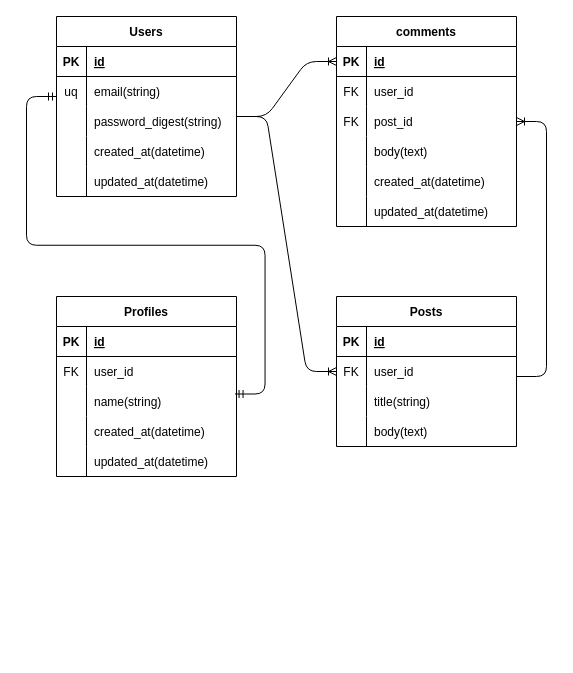
Before: programming/プロジェクト/MID _TERM＿EXAMINATION＿RAILS/ER図/er.dio in tolbou/TechTrek, a draw.io diagram. Source tidied: cells renumbered, new cells numbered last; positions are measured from the earlier drawing's top-left corner, leaving out a move shared by most shapes. Both pictures are drawn from the tidied source at 100%, with x=0, y=0 at pixel (56, 16).
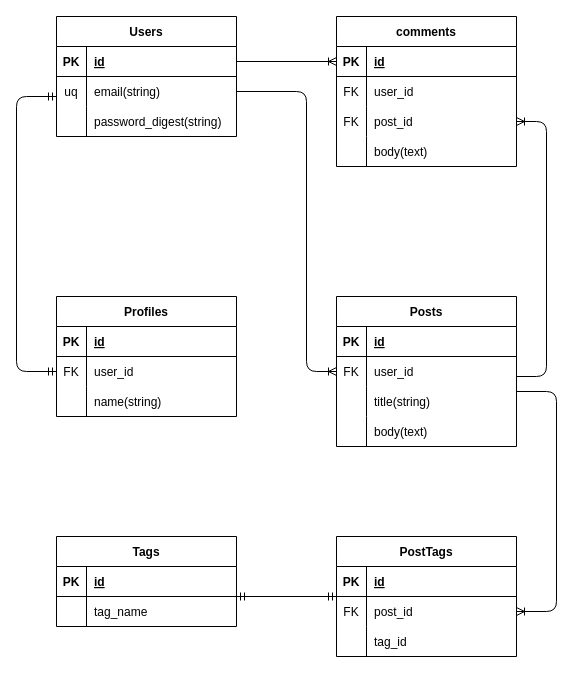
Above is the later version.

Commit message:
ADD:タグ関連ER図追加

Unchanged cells that the change refers to:
```xml
<mxCell id="3" style="shape=tableRow;horizontal=0;startSize=0;swimlaneHead=0;swimlaneBody=0;fillColor=none;points=[[0,0.5],[1,0.5]];portConstraint=eastwest;top=0;left=0;right=0;bottom=1;" parent="2" vertex="1">
  <mxGeometry y="30" width="180" height="30" as="geometry" />
</mxCell>
<mxCell id="6" style="shape=tableRow;horizontal=0;startSize=0;swimlaneHead=0;swimlaneBody=0;fillColor=none;points=[[0,0.5],[1,0.5]];portConstraint=eastwest;top=0;left=0;right=0;bottom=0;" parent="2" vertex="1">
  <mxGeometry y="60" width="180" height="30" as="geometry" />
</mxCell>
<mxCell id="19" style="shape=tableRow;horizontal=0;startSize=0;swimlaneHead=0;swimlaneBody=0;fillColor=none;points=[[0,0.5],[1,0.5]];portConstraint=eastwest;top=0;left=0;right=0;bottom=1;" parent="18" vertex="1">
  <mxGeometry y="30" width="180" height="30" as="geometry" />
</mxCell>
<mxCell id="41" style="shape=tableRow;horizontal=0;startSize=0;swimlaneHead=0;swimlaneBody=0;fillColor=none;points=[[0,0.5],[1,0.5]];portConstraint=eastwest;top=0;left=0;right=0;bottom=0;" parent="37" vertex="1">
  <mxGeometry y="60" width="180" height="30" as="geometry" />
</mxCell>
<mxCell id="44" style="shape=tableRow;horizontal=0;startSize=0;swimlaneHead=0;swimlaneBody=0;fillColor=none;points=[[0,0.5],[1,0.5]];portConstraint=eastwest;top=0;left=0;right=0;bottom=0;" parent="37" vertex="1">
  <mxGeometry y="90" width="180" height="30" as="geometry" />
</mxCell>
<mxCell id="57" style="shape=tableRow;horizontal=0;startSize=0;swimlaneHead=0;swimlaneBody=0;fillColor=none;points=[[0,0.5],[1,0.5]];portConstraint=eastwest;top=0;left=0;right=0;bottom=0;" parent="53" vertex="1">
  <mxGeometry y="60" width="180" height="30" as="geometry" />
</mxCell>
```

The edit, as a diff of the source:
```diff
@@
     <mxCell id="2" value="Users" style="shape=table;startSize=30;childLayout=tableLayout;rowLines=0;fontStyle=1;align=center;" parent="1" vertex="1">
-      <mxGeometry width="180" height="180" as="geometry" />
+      <mxGeometry width="180" height="120" as="geometry" />
     </mxCell>
@@
-    <mxCell id="12" style="shape=tableRow;horizontal=0;startSize=0;swimlaneHead=0;swimlaneBody=0;fillColor=none;top=0;left=0;right=0;bottom=0;" parent="2" vertex="1">
-      <mxGeometry y="120" width="180" height="30" as="geometry" />
-    </mxCell>
-    <mxCell id="13" style="shape=partialRectangle;fillColor=none;top=0;left=0;bottom=0;right=0;overflow=hidden;" parent="12" vertex="1">
-      <mxGeometry width="30" height="30" as="geometry" />
-    </mxCell>
-    <mxCell id="14" value="created_at(datetime)" style="shape=partialRectangle;fillColor=none;top=0;left=0;bottom=0;right=0;align=left;spacingLeft=6;overflow=hidden;" parent="12" vertex="1">
-      <mxGeometry x="30" width="150" height="30" as="geometry" />
-    </mxCell>
-    <mxCell id="15" style="shape=tableRow;horizontal=0;startSize=0;swimlaneHead=0;swimlaneBody=0;fillColor=none;top=0;left=0;right=0;bottom=0;" parent="2" vertex="1">
-      <mxGeometry y="150" width="180" height="30" as="geometry" />
-    </mxCell>
-    <mxCell id="16" style="shape=partialRectangle;fillColor=none;top=0;left=0;bottom=0;right=0;overflow=hidden;" parent="15" vertex="1">
-      <mxGeometry width="30" height="30" as="geometry" />
-    </mxCell>
-    <mxCell id="17" value="updated_at(datetime)" style="shape=partialRectangle;fillColor=none;top=0;left=0;bottom=0;right=0;align=left;spacingLeft=6;overflow=hidden;" parent="15" vertex="1">
-      <mxGeometry x="30" width="150" height="30" as="geometry" />
-    </mxCell>
     <mxCell id="18" value="comments" style="shape=table;startSize=30;childLayout=tableLayout;rowLines=0;fontStyle=1;align=center;" parent="1" vertex="1">
-      <mxGeometry x="280" width="180" height="210" as="geometry" />
+      <mxGeometry x="280" width="180" height="150" as="geometry" />
     </mxCell>
@@
-    <mxCell id="31" style="shape=tableRow;horizontal=0;startSize=0;swimlaneHead=0;swimlaneBody=0;fillColor=none;top=0;left=0;right=0;bottom=0;" parent="18" vertex="1">
-      <mxGeometry y="150" width="180" height="30" as="geometry" />
-    </mxCell>
-    <mxCell id="32" style="shape=partialRectangle;fillColor=none;top=0;left=0;bottom=0;right=0;overflow=hidden;" parent="31" vertex="1">
-      <mxGeometry width="30" height="30" as="geometry" />
-    </mxCell>
-    <mxCell id="33" style="shape=partialRectangle;fillColor=none;top=0;left=0;bottom=0;right=0;align=left;spacingLeft=6;overflow=hidden;" parent="31" vertex="1">
-      <mxGeometry x="30" width="150" height="30" as="geometry" />
-    </mxCell>
-    <mxCell id="34" style="shape=tableRow;horizontal=0;startSize=0;swimlaneHead=0;swimlaneBody=0;fillColor=none;top=0;left=0;right=0;bottom=0;" parent="18" vertex="1">
-      <mxGeometry y="180" width="180" height="30" as="geometry" />
-    </mxCell>
-    <mxCell id="35" style="shape=partialRectangle;fillColor=none;top=0;left=0;bottom=0;right=0;overflow=hidden;" parent="34" vertex="1">
-      <mxGeometry width="30" height="30" as="geometry" />
-    </mxCell>
-    <mxCell id="36" style="shape=partialRectangle;fillColor=none;top=0;left=0;bottom=0;right=0;align=left;spacingLeft=6;overflow=hidden;" parent="34" vertex="1">
-      <mxGeometry x="30" width="150" height="30" as="geometry" />
-    </mxCell>
     <mxCell id="37" value="Profiles" style="shape=table;startSize=30;childLayout=tableLayout;rowLines=0;fontStyle=1;align=center;" parent="1" vertex="1">
-      <mxGeometry y="280" width="180" height="180" as="geometry" />
+      <mxGeometry y="280" width="180" height="120" as="geometry" />
     </mxCell>
@@
-    <mxCell id="47" style="shape=tableRow;horizontal=0;startSize=0;swimlaneHead=0;swimlaneBody=0;fillColor=none;top=0;left=0;right=0;bottom=0;" parent="37" vertex="1">
-      <mxGeometry y="120" width="180" height="30" as="geometry" />
-    </mxCell>
-    <mxCell id="48" style="shape=partialRectangle;fillColor=none;top=0;left=0;bottom=0;right=0;overflow=hidden;" parent="47" vertex="1">
-      <mxGeometry width="30" height="30" as="geometry" />
-    </mxCell>
-    <mxCell id="49" style="shape=partialRectangle;fillColor=none;top=0;left=0;bottom=0;right=0;align=left;spacingLeft=6;overflow=hidden;" parent="47" vertex="1">
-      <mxGeometry x="30" width="150" height="30" as="geometry" />
-    </mxCell>
-    <mxCell id="50" style="shape=tableRow;horizontal=0;startSize=0;swimlaneHead=0;swimlaneBody=0;fillColor=none;top=0;left=0;right=0;bottom=0;" parent="37" vertex="1">
-      <mxGeometry y="150" width="180" height="30" as="geometry" />
-    </mxCell>
-    <mxCell id="51" style="shape=partialRectangle;fillColor=none;top=0;left=0;bottom=0;right=0;overflow=hidden;" parent="50" vertex="1">
-      <mxGeometry width="30" height="30" as="geometry" />
-    </mxCell>
-    <mxCell id="52" style="shape=partialRectangle;fillColor=none;top=0;left=0;bottom=0;right=0;align=left;spacingLeft=6;overflow=hidden;" parent="50" vertex="1">
-      <mxGeometry x="30" width="150" height="30" as="geometry" />
-    </mxCell>
@@
-    <mxCell id="66" value="created_at(datetime)" style="shape=partialRectangle;fillColor=none;top=0;left=0;bottom=0;right=0;align=left;spacingLeft=6;overflow=hidden;" parent="1" vertex="1">
-      <mxGeometry x="310" y="150" width="150" height="30" as="geometry" />
-    </mxCell>
-    <mxCell id="67" value="updated_at(datetime)" style="shape=partialRectangle;fillColor=none;top=0;left=0;bottom=0;right=0;align=left;spacingLeft=6;overflow=hidden;" parent="1" vertex="1">
-      <mxGeometry x="310" y="180" width="150" height="30" as="geometry" />
-    </mxCell>
-    <mxCell id="68" value="created_at(datetime)" style="shape=partialRectangle;fillColor=none;top=0;left=0;bottom=0;right=0;align=left;spacingLeft=6;overflow=hidden;" parent="1" vertex="1">
-      <mxGeometry x="30" y="400" width="150" height="30" as="geometry" />
-    </mxCell>
-    <mxCell id="69" value="updated_at(datetime)" style="shape=partialRectangle;fillColor=none;top=0;left=0;bottom=0;right=0;align=left;spacingLeft=6;overflow=hidden;" parent="1" vertex="1">
-      <mxGeometry x="30" y="430" width="150" height="30" as="geometry" />
-    </mxCell>
-    <mxCell id="70" style="edgeStyle=entityRelationEdgeStyle;fontSize=12;html=1;endArrow=ERoneToMany;entryX=0;entryY=0.5;entryDx=0;entryDy=0;" parent="1" edge="1" target="19">
-      <mxGeometry relative="1" as="geometry">
-        <mxPoint x="180" y="100" as="sourcePoint" />
-      </mxGeometry>
+    <mxCell id="70" style="fontSize=12;html=1;endArrow=ERoneToMany;entryX=0;entryY=0.5;entryDx=0;entryDy=0;exitX=1;exitY=0.5;exitDx=0;exitDy=0;" parent="1" edge="1" source="3" target="19">
+      <mxGeometry relative="1" as="geometry" />
     </mxCell>
-    <mxCell id="71" style="edgeStyle=entityRelationEdgeStyle;fontSize=12;html=1;endArrow=ERoneToMany;entryX=0;entryY=0.5;entryDx=0;entryDy=0;" parent="1" edge="1" target="57">
+    <mxCell id="71" style="edgeStyle=elbowEdgeStyle;fontSize=12;html=1;endArrow=ERoneToMany;entryX=0;entryY=0.5;entryDx=0;entryDy=0;exitX=1;exitY=0.5;exitDx=0;exitDy=0;" parent="1" edge="1" source="6" target="57">
       <mxGeometry relative="1" as="geometry">
-        <mxPoint x="180" y="100" as="sourcePoint" />
+        <Array as="points">
+          <mxPoint x="250" y="220" />
+        </Array>
       </mxGeometry>
     </mxCell>
@@
-    <mxCell id="73" style="edgeStyle=entityRelationEdgeStyle;fontSize=12;html=1;endArrow=ERmandOne;startArrow=ERmandOne;exitX=0.992;exitY=0.25;exitDx=0;exitDy=0;exitPerimeter=0;" parent="1" edge="1" source="44">
+    <mxCell id="73" style="edgeStyle=elbowEdgeStyle;fontSize=12;html=1;endArrow=ERmandOne;startArrow=ERmandOne;exitX=0;exitY=0.5;exitDx=0;exitDy=0;" parent="1" edge="1" source="41">
       <mxGeometry relative="1" as="geometry">
         <mxPoint y="80" as="targetPoint" />
+        <Array as="points">
+          <mxPoint x="-40" y="220" />
+        </Array>
       </mxGeometry>
     </mxCell>
+    <mxCell id="74" value="PostTags" style="shape=table;startSize=30;childLayout=tableLayout;rowLines=0;fontStyle=1;align=center;" parent="1" vertex="1">
+      <mxGeometry x="280" y="520" width="180" height="120" as="geometry" />
+    </mxCell>
+    <mxCell id="75" style="shape=tableRow;horizontal=0;startSize=0;swimlaneHead=0;swimlaneBody=0;fillColor=none;top=0;left=0;right=0;bottom=1;" parent="74" vertex="1">
+      <mxGeometry y="30" width="180" height="30" as="geometry" />
+    </mxCell>
+    <mxCell id="76" value="PK" style="shape=partialRectangle;fillColor=none;top=0;left=0;bottom=0;right=0;fontStyle=1;overflow=hidden;" parent="75" vertex="1">
+      <mxGeometry width="30" height="30" as="geometry" />
+    </mxCell>
+    <mxCell id="77" value="id" style="shape=partialRectangle;fillColor=none;top=0;left=0;bottom=0;right=0;align=left;spacingLeft=6;fontStyle=5;overflow=hidden;" parent="75" vertex="1">
+      <mxGeometry x="30" width="150" height="30" as="geometry" />
+    </mxCell>
+    <mxCell id="78" style="shape=tableRow;horizontal=0;startSize=0;swimlaneHead=0;swimlaneBody=0;fillColor=none;points=[[0,0.5],[1,0.5]];portConstraint=eastwest;top=0;left=0;right=0;bottom=0;" parent="74" vertex="1">
+      <mxGeometry y="60" width="180" height="30" as="geometry" />
+    </mxCell>
+    <mxCell id="79" value="FK" style="shape=partialRectangle;fillColor=none;top=0;left=0;bottom=0;right=0;overflow=hidden;" parent="78" vertex="1">
+      <mxGeometry width="30" height="30" as="geometry" />
+    </mxCell>
+    <mxCell id="80" value="post_id" style="shape=partialRectangle;fillColor=none;top=0;left=0;bottom=0;right=0;align=left;spacingLeft=6;overflow=hidden;" parent="78" vertex="1">
+      <mxGeometry x="30" width="150" height="30" as="geometry" />
+    </mxCell>
+    <mxCell id="81" style="shape=tableRow;horizontal=0;startSize=0;swimlaneHead=0;swimlaneBody=0;fillColor=none;top=0;left=0;right=0;bottom=0;" parent="74" vertex="1">
+      <mxGeometry y="90" width="180" height="30" as="geometry" />
+    </mxCell>
+    <mxCell id="82" style="shape=partialRectangle;fillColor=none;top=0;left=0;bottom=0;right=0;overflow=hidden;" parent="81" vertex="1">
+      <mxGeometry width="30" height="30" as="geometry" />
+    </mxCell>
+    <mxCell id="83" value="tag_id" style="shape=partialRectangle;fillColor=none;top=0;left=0;bottom=0;right=0;align=left;spacingLeft=6;overflow=hidden;" parent="81" vertex="1">
+      <mxGeometry x="30" width="150" height="30" as="geometry" />
+    </mxCell>
+    <mxCell id="84" style="edgeStyle=elbowEdgeStyle;fontSize=12;html=1;endArrow=ERoneToMany;entryX=1;entryY=0.5;entryDx=0;entryDy=0;" parent="1" edge="1" target="78">
+      <mxGeometry relative="1" as="geometry">
+        <mxPoint x="460" y="375" as="sourcePoint" />
+        <Array as="points">
+          <mxPoint x="500" y="490" />
+        </Array>
+      </mxGeometry>
+    </mxCell>
+    <mxCell id="85" value="Tags" style="shape=table;startSize=30;childLayout=tableLayout;rowLines=0;fontStyle=1;align=center;" parent="1" vertex="1">
+      <mxGeometry y="520" width="180" height="90" as="geometry" />
+    </mxCell>
+    <mxCell id="86" style="shape=tableRow;horizontal=0;startSize=0;swimlaneHead=0;swimlaneBody=0;fillColor=none;top=0;left=0;right=0;bottom=1;" parent="85" vertex="1">
+      <mxGeometry y="30" width="180" height="30" as="geometry" />
+    </mxCell>
+    <mxCell id="87" value="PK" style="shape=partialRectangle;fillColor=none;top=0;left=0;bottom=0;right=0;fontStyle=1;overflow=hidden;" parent="86" vertex="1">
+      <mxGeometry width="30" height="30" as="geometry" />
+    </mxCell>
+    <mxCell id="88" value="id" style="shape=partialRectangle;fillColor=none;top=0;left=0;bottom=0;right=0;align=left;spacingLeft=6;fontStyle=5;overflow=hidden;" parent="86" vertex="1">
+      <mxGeometry x="30" width="150" height="30" as="geometry" />
+    </mxCell>
+    <mxCell id="89" style="shape=tableRow;horizontal=0;startSize=0;swimlaneHead=0;swimlaneBody=0;fillColor=none;top=0;left=0;right=0;bottom=0;" parent="85" vertex="1">
+      <mxGeometry y="60" width="180" height="30" as="geometry" />
+    </mxCell>
+    <mxCell id="90" style="shape=partialRectangle;fillColor=none;top=0;left=0;bottom=0;right=0;overflow=hidden;" parent="89" vertex="1">
+      <mxGeometry width="30" height="30" as="geometry" />
+    </mxCell>
+    <mxCell id="91" value="tag_name" style="shape=partialRectangle;fillColor=none;top=0;left=0;bottom=0;right=0;align=left;spacingLeft=6;overflow=hidden;" parent="89" vertex="1">
+      <mxGeometry x="30" width="150" height="30" as="geometry" />
+    </mxCell>
+    <mxCell id="92" style="fontSize=12;html=1;endArrow=ERmandOne;startArrow=ERmandOne;" parent="1" edge="1">
+      <mxGeometry relative="1" as="geometry">
+        <mxPoint x="180" y="580" as="sourcePoint" />
+        <mxPoint x="280" y="580" as="targetPoint" />
+      </mxGeometry>
+    </mxCell>
```
